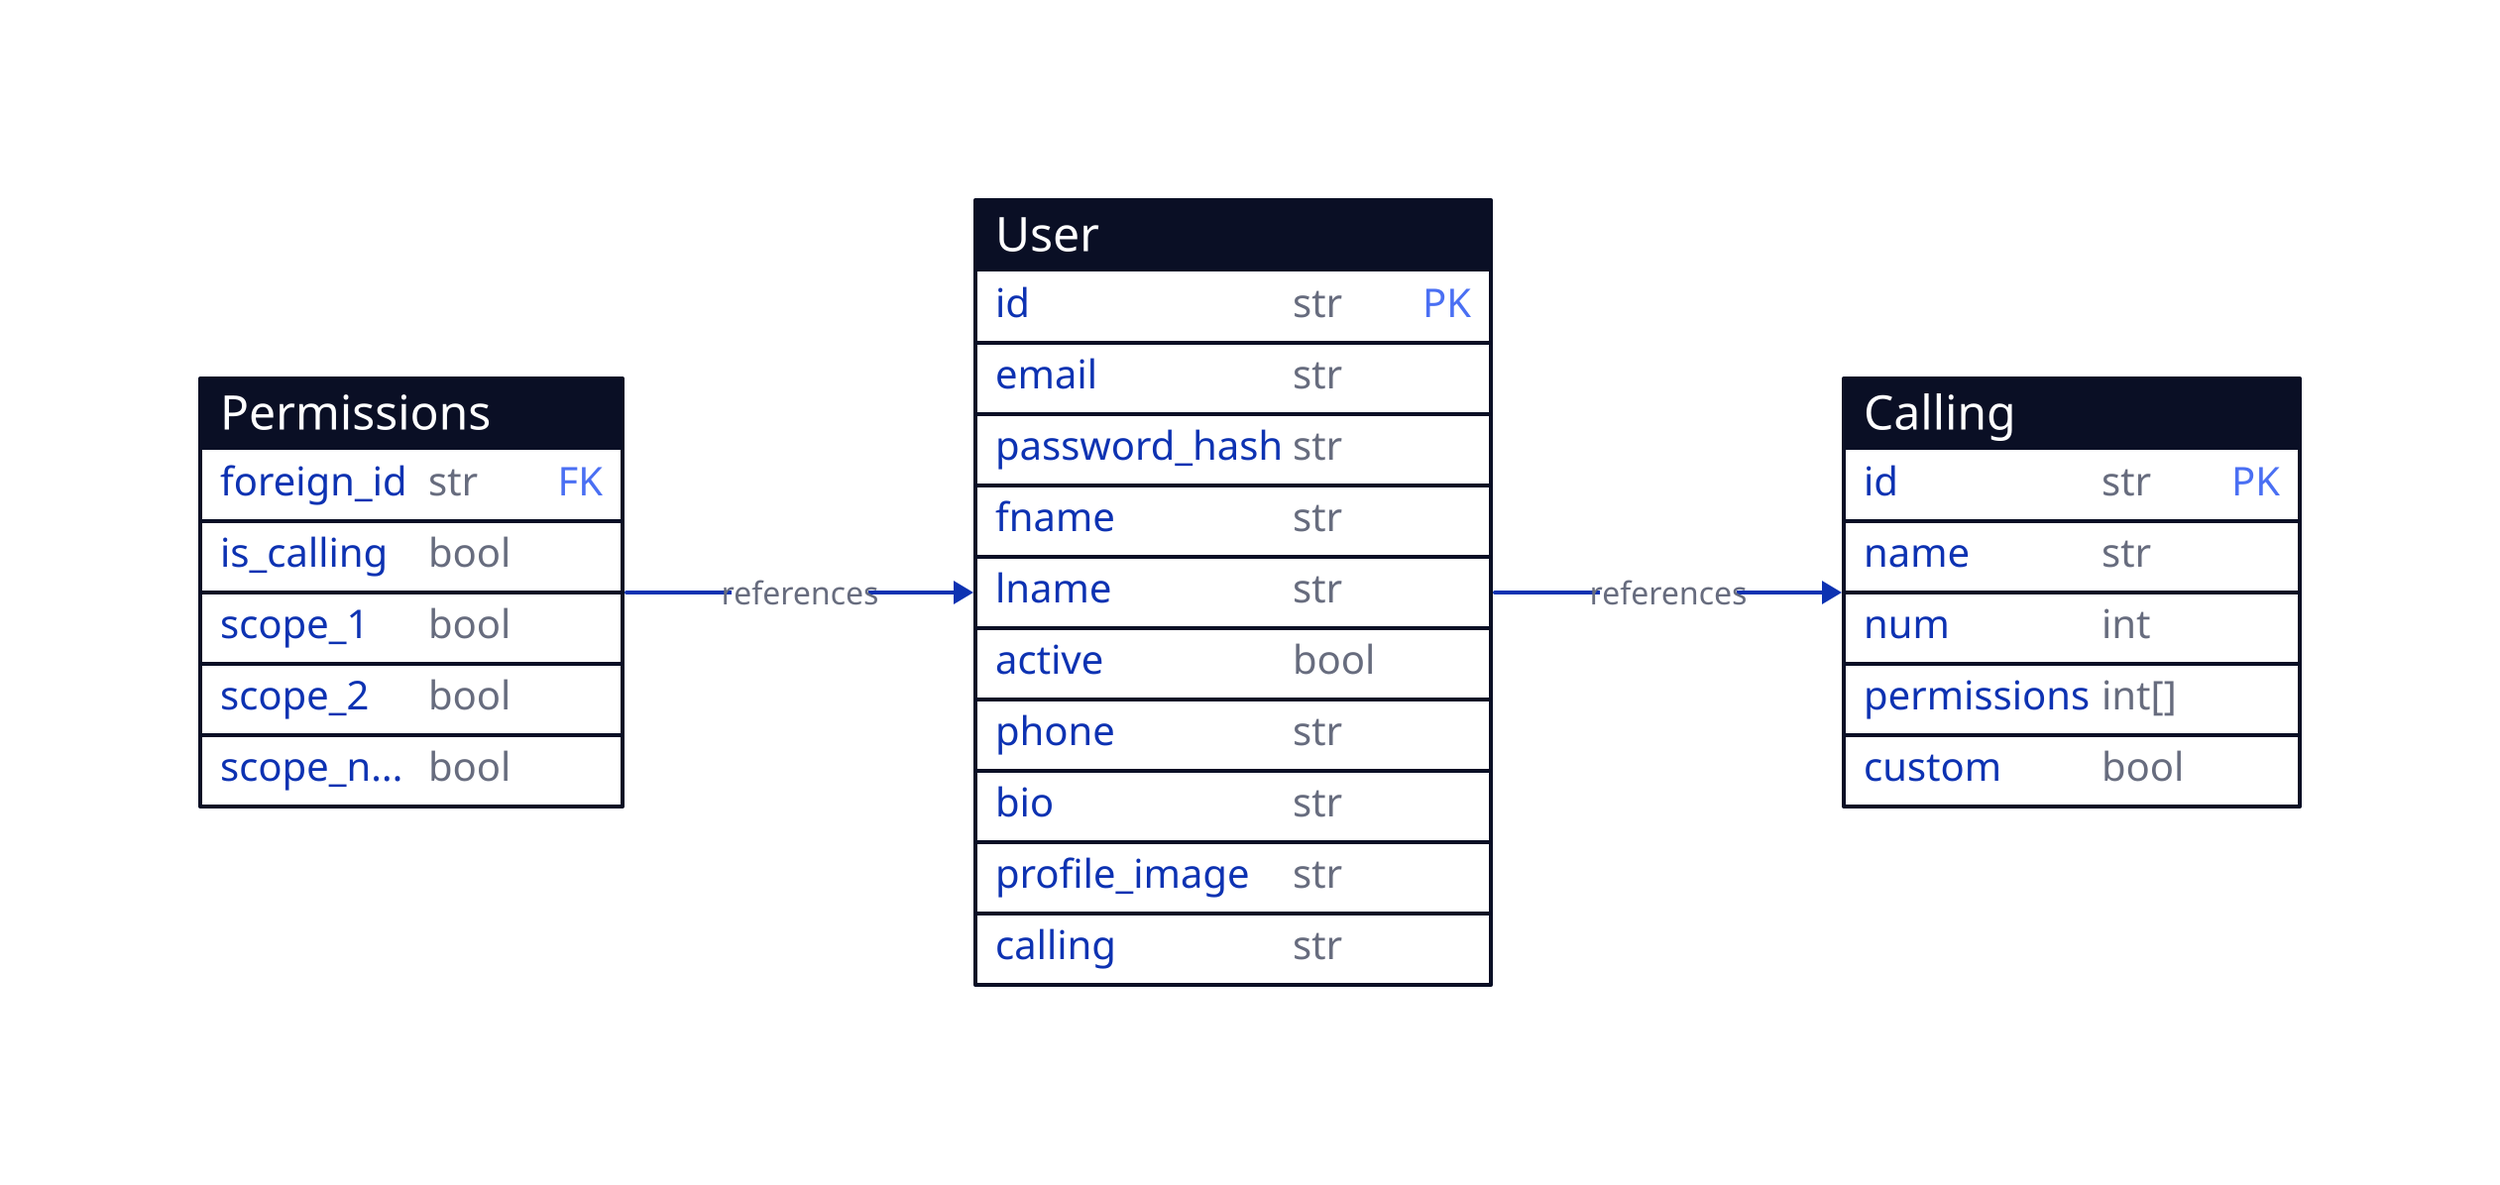
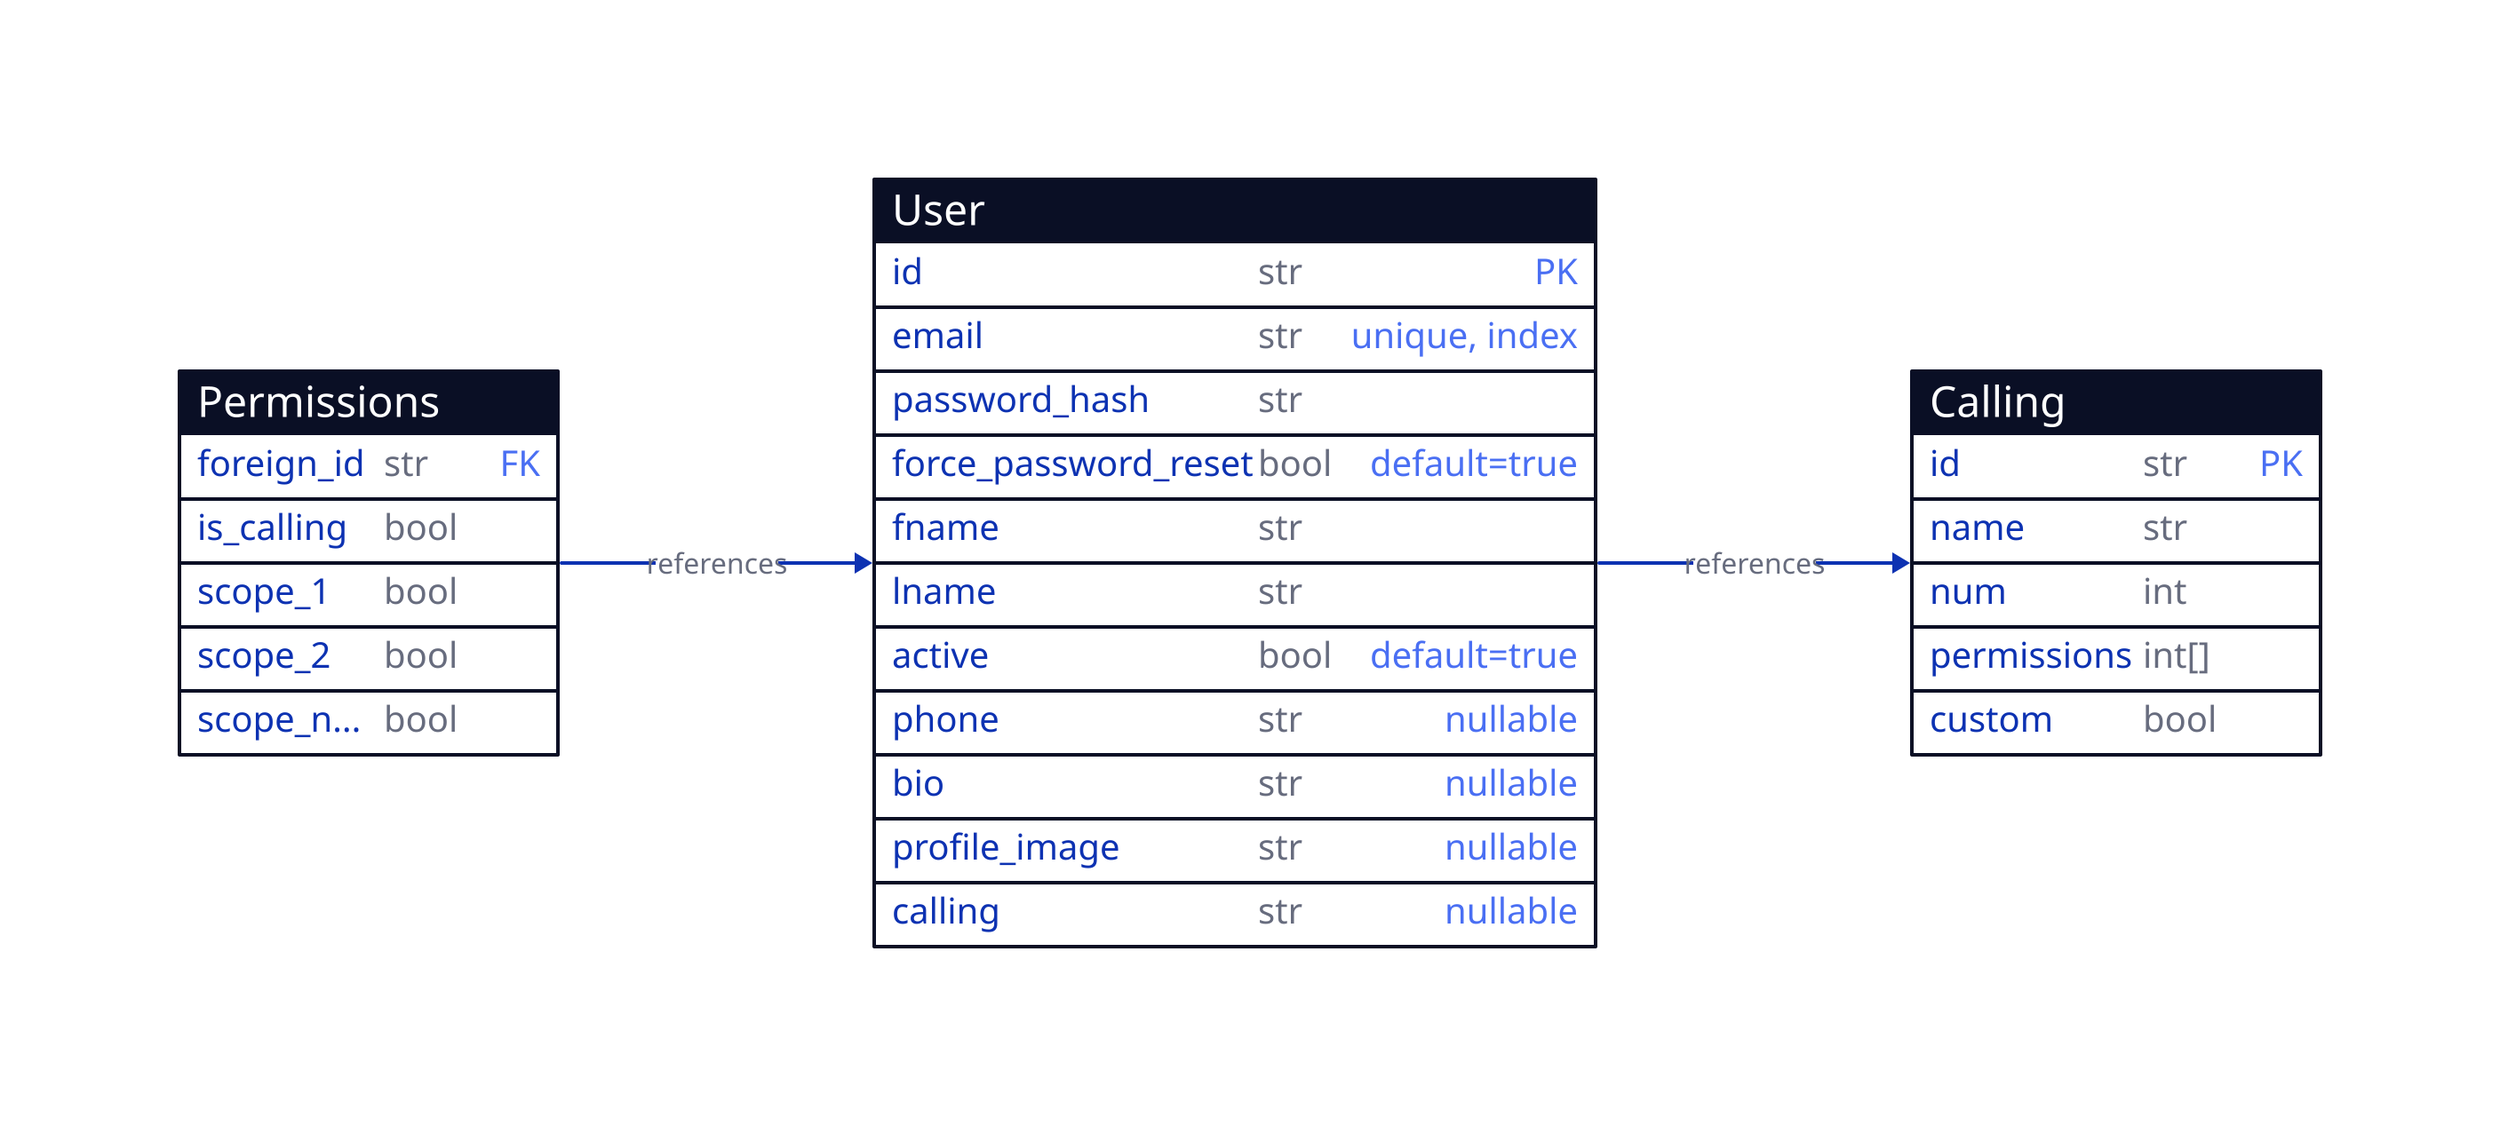
direction: right

User: {
  shape: sql_table
  id: str {constraint: primary_key}
-   email: str
+   email: str {constraint: unique, index}
  password_hash: str
+   force_password_reset: bool {constraint: default=true}
  fname: str
  lname: str
-   active: bool
-   phone: str
-   bio: str
-   profile_image: str
-   calling: str
+   active: bool {constraint: default=true}
+   phone: str {constraint: nullable}
+   bio: str {constraint: nullable}
+   profile_image: str {constraint: nullable}
+   calling: str {constraint: nullable}
}

Calling: {
  shape: sql_table
  id: str {constraint: primary_key}
  name: str
  num: int
  permissions: "int[]"
  custom: bool
}

Permissions: {
  shape: sql_table
  foreign_id: str {constraint: foreign_key}
  is_calling: bool
  scope_1: bool
  scope_2: bool
  "scope_n...": bool
}

# Relationships based on common fields
User.calling -> Calling.id : "references"
Permissions.foreign_id -> User.id : "references"